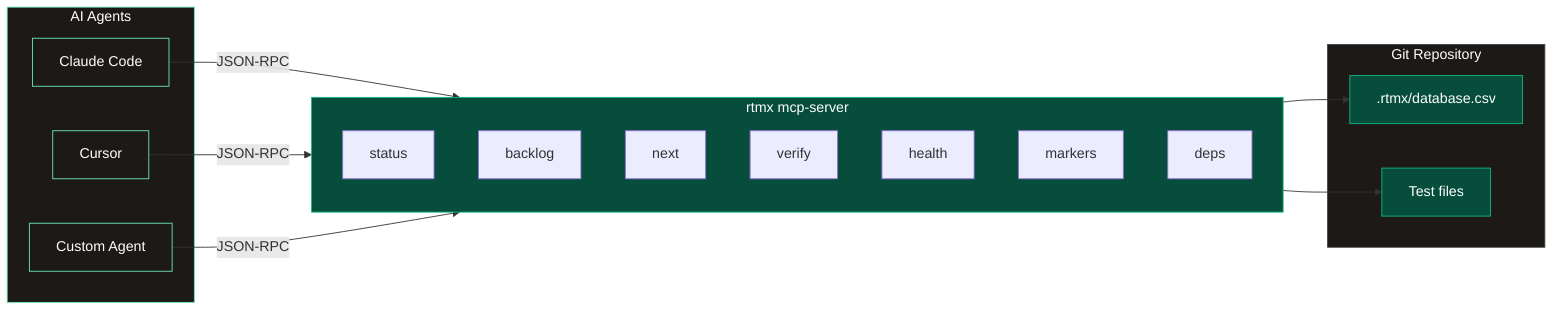
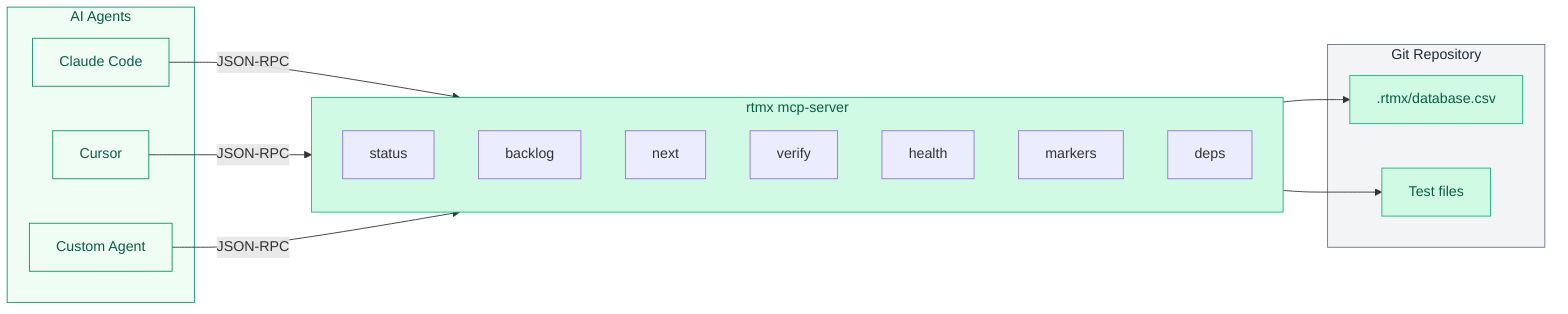
flowchart LR
    subgraph agents["AI Agents"]
        A1["Claude Code"]
        A2["Cursor"]
        A3["Custom Agent"]
    end

    subgraph mcp["rtmx mcp-server"]
        T1["status"]
        T2["backlog"]
        T3["next"]
        T4["verify"]
        T5["health"]
        T6["markers"]
        T7["deps"]
    end

    subgraph repo["Git Repository"]
        DB[".rtmx/database.csv"]
        Tests["Test files"]
    end

    A1 -- "JSON-RPC" --> mcp
    A2 -- "JSON-RPC" --> mcp
    A3 -- "JSON-RPC" --> mcp
    mcp --> DB
    mcp --> Tests

-     style agents fill:#1c1917,stroke:#6ee7b7,color:#fff
-     style mcp fill:#064e3b,stroke:#10b981,color:#fff
-     style repo fill:#1c1917,stroke:#404040,color:#fff
-     style A1 fill:#1c1917,stroke:#6ee7b7,color:#fff
-     style A2 fill:#1c1917,stroke:#6ee7b7,color:#fff
-     style A3 fill:#1c1917,stroke:#6ee7b7,color:#fff
-     style DB fill:#064e3b,stroke:#10b981,color:#fff
-     style Tests fill:#064e3b,stroke:#10b981,color:#fff
+     style agents fill:#f0fdf4,stroke:#059669,color:#065f46
+     style mcp fill:#d1fae5,stroke:#10b981,color:#065f46
+     style repo fill:#f3f4f6,stroke:#6b7280,color:#1f2937
+     style A1 fill:#f0fdf4,stroke:#059669,color:#065f46
+     style A2 fill:#f0fdf4,stroke:#059669,color:#065f46
+     style A3 fill:#f0fdf4,stroke:#059669,color:#065f46
+     style DB fill:#d1fae5,stroke:#10b981,color:#065f46
+     style Tests fill:#d1fae5,stroke:#10b981,color:#065f46
